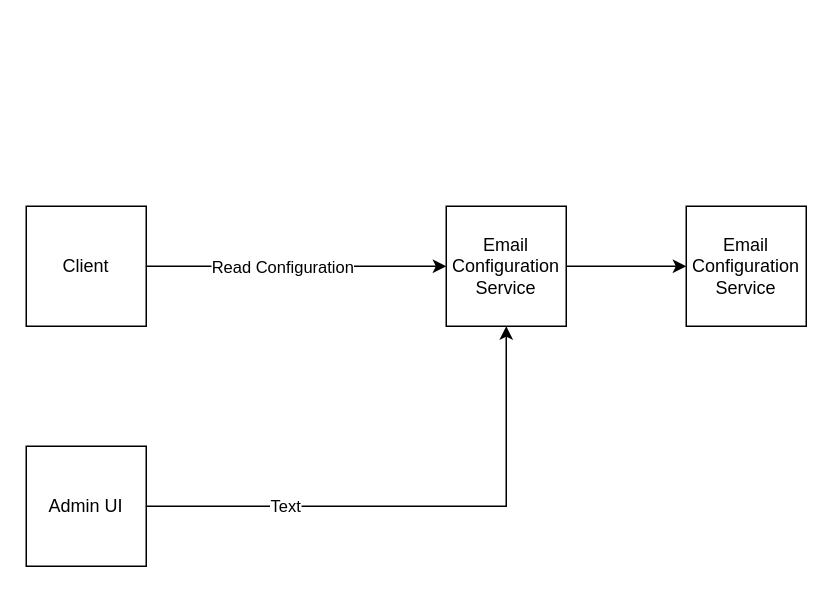
Above: page "Page-2" (2 of 2) of Untitled Diagram.drawio in DogaCUlupinar/Compiler (draw.io), before the change. Source tidied: cells renumbered, new cells numbered last; positions are measured from the earlier drawing's top-left corner, leaving out a move shared by most shapes. Both pictures are drawn from the tidied source at 150%, with x=0, y=0 at pixel (26, 206).
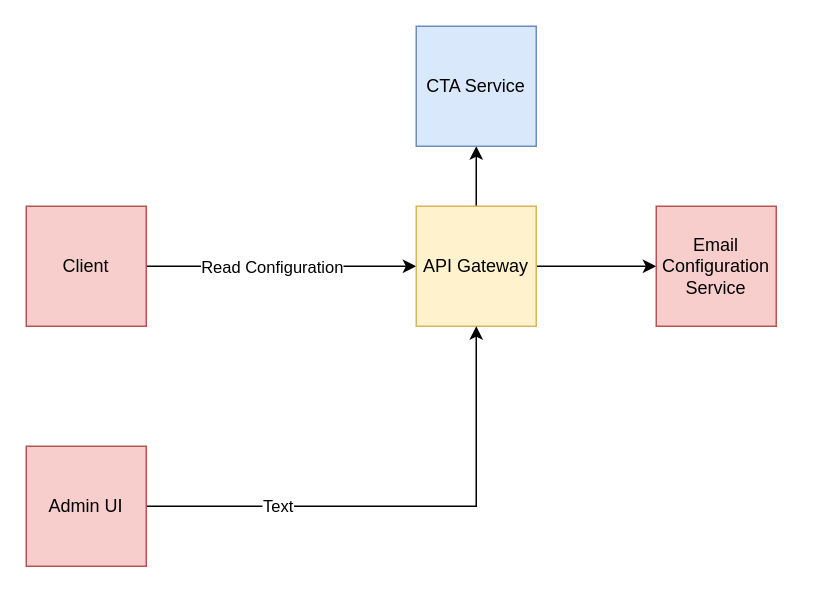
The same page after the edit.

Diff of the diagram source:
```diff
@@
 <mxGraphModel>
   <root>
     <mxCell id="0" />
     <mxCell id="1" parent="0" />
     <mxCell id="2" style="edgeStyle=orthogonalEdgeStyle;rounded=0;jettySize=auto;html=1;" parent="1" edge="1" source="4" target="6">
       <mxGeometry relative="1" as="geometry" />
     </mxCell>
     <mxCell id="3" value="Read Configuration" style="edgeLabel;html=1;align=center;verticalAlign=middle;" parent="2" vertex="1">
       <mxGeometry x="-0.28" y="1" relative="1" as="geometry">
         <mxPoint x="18" y="1" as="offset" />
       </mxGeometry>
     </mxCell>
-    <mxCell id="4" value="Client" style="whiteSpace=wrap;html=1;" parent="1" vertex="1">
+    <mxCell id="4" value="Client" style="whiteSpace=wrap;html=1;fillColor=#f8cecc;strokeColor=#b85450;" parent="1" vertex="1">
       <mxGeometry width="80" height="80" as="geometry" />
     </mxCell>
+    <mxCell id="11" style="edgeStyle=orthogonalEdgeStyle;rounded=0;jettySize=auto;html=1;" parent="1" edge="1" source="6" target="12">
+      <mxGeometry relative="1" as="geometry" />
+    </mxCell>
-    <mxCell id="5" style="edgeStyle=orthogonalEdgeStyle;rounded=0;jettySize=auto;html=1;" parent="1" edge="1" source="6" target="10">
+    <mxCell id="5" style="edgeStyle=orthogonalEdgeStyle;rounded=0;jettySize=auto;html=1;exitX=0.5;exitY=0;exitDx=0;exitDy=0;entryX=0.5;entryY=1;entryDx=0;entryDy=0;entryPerimeter=0;" parent="1" edge="1" source="6" target="10">
       <mxGeometry relative="1" as="geometry" />
     </mxCell>
-    <mxCell id="6" value="Email Configuration Service" style="whiteSpace=wrap;html=1;" parent="1" vertex="1">
-      <mxGeometry x="280" width="80" height="80" as="geometry" />
+    <mxCell id="6" value="API Gateway" style="whiteSpace=wrap;html=1;fillColor=#fff2cc;strokeColor=#d6b656;" parent="1" vertex="1">
+      <mxGeometry x="260" width="80" height="80" as="geometry" />
     </mxCell>
     <mxCell id="7" style="edgeStyle=orthogonalEdgeStyle;rounded=0;jettySize=auto;html=1;exitX=1;exitY=0.5;exitDx=0;exitDy=0;entryX=0.5;entryY=1;entryDx=0;entryDy=0;" parent="1" edge="1" source="9" target="6">
       <mxGeometry relative="1" as="geometry" />
     </mxCell>
     <mxCell id="8" value="Text" style="edgeLabel;html=1;align=center;verticalAlign=middle;" parent="7" vertex="1">
       <mxGeometry x="-0.49" y="1" relative="1" as="geometry" />
     </mxCell>
-    <mxCell id="9" value="Admin UI" style="whiteSpace=wrap;html=1;" parent="1" vertex="1">
+    <mxCell id="9" value="Admin UI" style="whiteSpace=wrap;html=1;fillColor=#f8cecc;strokeColor=#b85450;" parent="1" vertex="1">
       <mxGeometry y="160" width="80" height="80" as="geometry" />
     </mxCell>
-    <mxCell id="10" value="Email Configuration Service" style="whiteSpace=wrap;html=1;" parent="1" vertex="1">
-      <mxGeometry x="440" width="80" height="80" as="geometry" />
+    <mxCell id="10" value="CTA Service" style="whiteSpace=wrap;html=1;fillColor=#dae8fc;strokeColor=#6c8ebf;" parent="1" vertex="1">
+      <mxGeometry x="260" y="-120" width="80" height="80" as="geometry" />
     </mxCell>
+    <mxCell id="12" value="Email Configuration Service" style="whiteSpace=wrap;html=1;fillColor=#f8cecc;strokeColor=#b85450;" parent="1" vertex="1">
+      <mxGeometry x="420" width="80" height="80" as="geometry" />
+    </mxCell>
   </root>
 </mxGraphModel>
```
